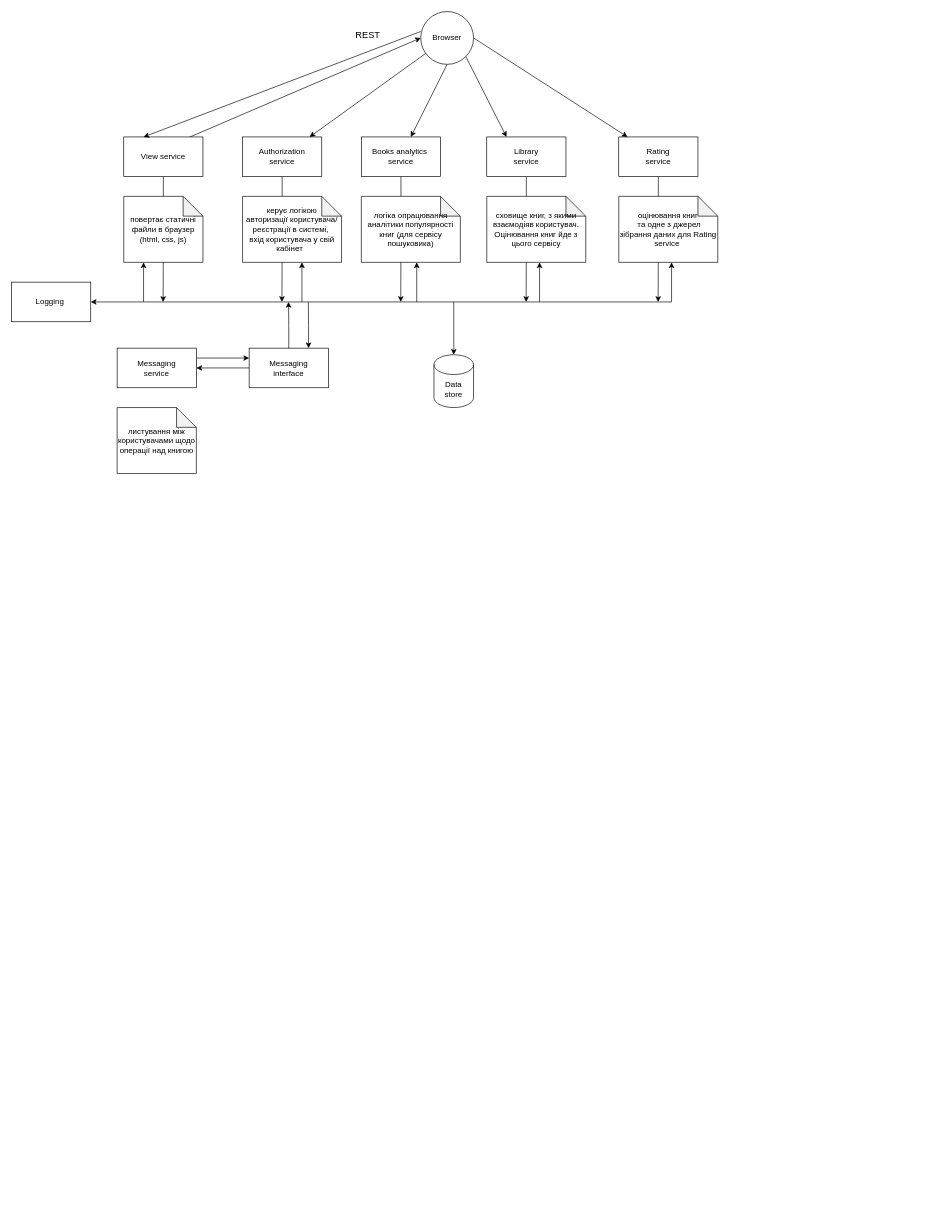
Above: system_modelling/sytem_architecture.drawio in AnnaBozhenko/BookResources (draw.io), before the change. Source tidied: cells renumbered, new cells numbered last; positions are measured from the earlier drawing's top-left corner, leaving out a move shared by most shapes. Both pictures are drawn from the tidied source at 66%, with x=0, y=0 at pixel (11, 11).
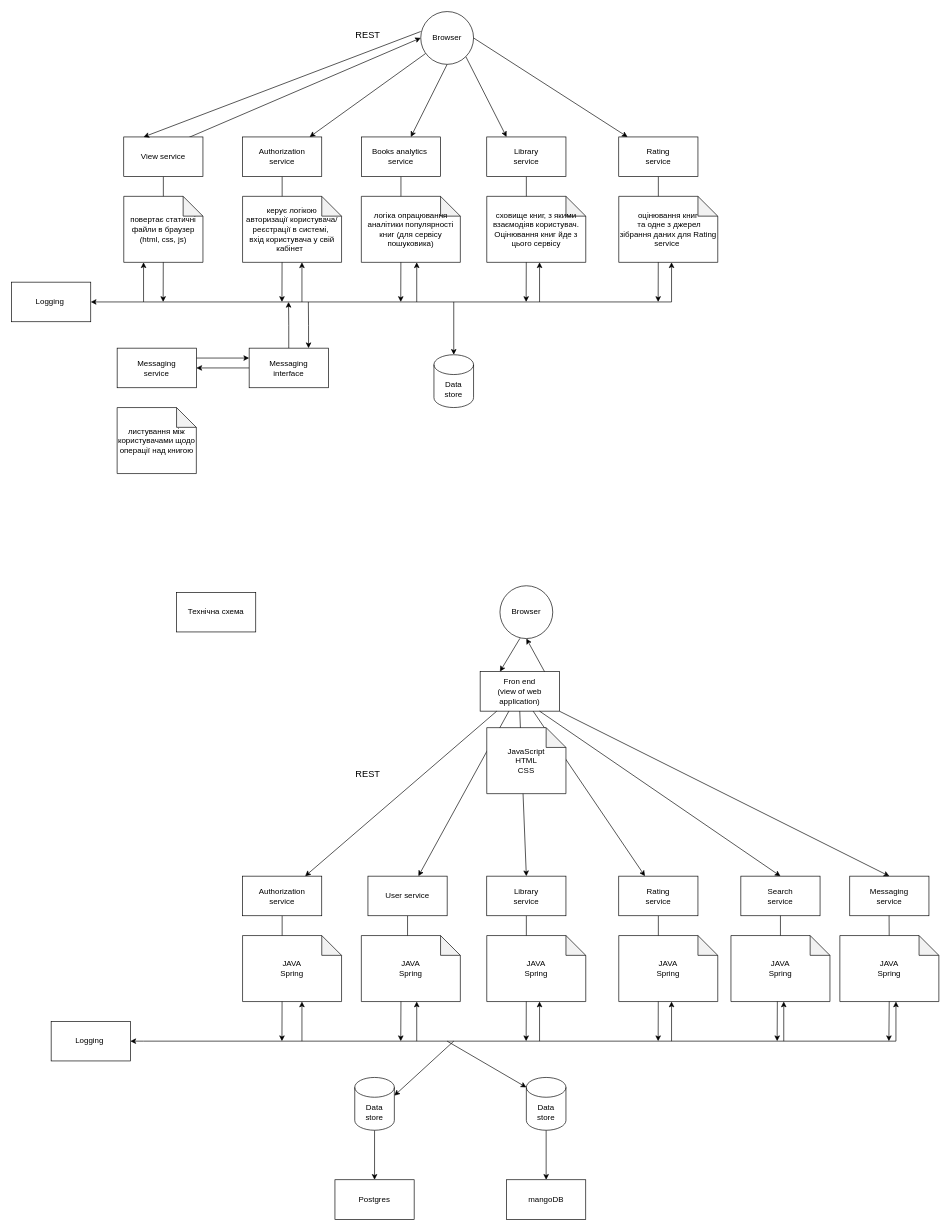
Above is the later version.

What changed in the source:
```diff
@@
+    <mxCell id="42" style="rounded=0;jettySize=auto;html=1;entryX=0.5;entryY=1;entryDx=0;entryDy=0;exitX=0.817;exitY=0.017;exitDx=0;exitDy=0;exitPerimeter=0;" parent="1" edge="1" source="43" target="63">
+      <mxGeometry relative="1" as="geometry" />
+    </mxCell>
+    <mxCell id="43" value="Fron end&lt;br&gt;(view of web application)" style="rounded=0;whiteSpace=wrap;html=1;" parent="1" vertex="1">
+      <mxGeometry x="710" y="1000" width="120" height="60" as="geometry" />
+    </mxCell>
+    <mxCell id="44" style="edgeStyle=orthogonalEdgeStyle;rounded=0;jettySize=auto;html=1;exitX=0.5;exitY=1;exitDx=0;exitDy=0;" parent="1" edge="1" source="45">
+      <mxGeometry relative="1" as="geometry">
+        <mxPoint x="409.7" y="1560" as="targetPoint" />
+      </mxGeometry>
+    </mxCell>
+    <mxCell id="45" value="Authorization &lt;br&gt;service" style="rounded=0;whiteSpace=wrap;html=1;" parent="1" vertex="1">
+      <mxGeometry x="350" y="1310" width="120" height="60" as="geometry" />
+    </mxCell>
+    <mxCell id="46" value="JAVA&lt;br&gt;Spring" style="shape=note;whiteSpace=wrap;html=1;backgroundOutline=1;darkOpacity=0.05;" parent="1" vertex="1">
+      <mxGeometry x="350" y="1400" width="150" height="100" as="geometry" />
+    </mxCell>
+    <mxCell id="47" style="edgeStyle=orthogonalEdgeStyle;rounded=0;jettySize=auto;html=1;exitX=0.5;exitY=1;exitDx=0;exitDy=0;" parent="1" edge="1" source="75">
+      <mxGeometry relative="1" as="geometry">
+        <mxPoint x="589.7" y="1560" as="targetPoint" />
+      </mxGeometry>
+    </mxCell>
+    <mxCell id="48" value="JAVA&lt;br style=&quot;border-color: var(--border-color);&quot;&gt;Spring" style="shape=note;whiteSpace=wrap;html=1;backgroundOutline=1;darkOpacity=0.05;" parent="1" vertex="1">
+      <mxGeometry x="530" y="1400" width="150" height="100" as="geometry" />
+    </mxCell>
+    <mxCell id="49" style="edgeStyle=orthogonalEdgeStyle;rounded=0;jettySize=auto;html=1;exitX=0.5;exitY=1;exitDx=0;exitDy=0;" parent="1" edge="1" source="50">
+      <mxGeometry relative="1" as="geometry">
+        <mxPoint x="779.7" y="1560" as="targetPoint" />
+      </mxGeometry>
+    </mxCell>
+    <mxCell id="50" value="Library &lt;br&gt;service" style="rounded=0;whiteSpace=wrap;html=1;" parent="1" vertex="1">
+      <mxGeometry x="720" y="1310" width="120" height="60" as="geometry" />
+    </mxCell>
+    <mxCell id="51" value="JAVA&lt;br style=&quot;border-color: var(--border-color);&quot;&gt;Spring" style="shape=note;whiteSpace=wrap;html=1;backgroundOutline=1;darkOpacity=0.05;" parent="1" vertex="1">
+      <mxGeometry x="720" y="1400" width="150" height="100" as="geometry" />
+    </mxCell>
+    <mxCell id="52" style="edgeStyle=orthogonalEdgeStyle;rounded=0;jettySize=auto;html=1;exitX=0.5;exitY=1;exitDx=0;exitDy=0;" parent="1" edge="1" source="53">
+      <mxGeometry relative="1" as="geometry">
+        <mxPoint x="979.7" y="1560" as="targetPoint" />
+      </mxGeometry>
+    </mxCell>
+    <mxCell id="53" value="Rating&lt;br&gt;service" style="rounded=0;whiteSpace=wrap;html=1;" parent="1" vertex="1">
+      <mxGeometry x="920" y="1310" width="120" height="60" as="geometry" />
+    </mxCell>
+    <mxCell id="54" value="JAVA&lt;br style=&quot;border-color: var(--border-color);&quot;&gt;Spring" style="shape=note;whiteSpace=wrap;html=1;backgroundOutline=1;darkOpacity=0.05;" parent="1" vertex="1">
+      <mxGeometry x="920" y="1400" width="150" height="100" as="geometry" />
+    </mxCell>
+    <mxCell id="55" style="edgeStyle=orthogonalEdgeStyle;rounded=0;jettySize=auto;html=1;" parent="1" edge="1" source="56" target="74">
+      <mxGeometry relative="1" as="geometry" />
+    </mxCell>
+    <mxCell id="56" value="Data &lt;br&gt;store" style="shape=cylinder3;whiteSpace=wrap;html=1;boundedLbl=1;backgroundOutline=1;size=15;" parent="1" vertex="1">
+      <mxGeometry x="520" y="1615" width="60" height="80" as="geometry" />
+    </mxCell>
+    <mxCell id="57" value="Logging&amp;nbsp;" style="rounded=0;whiteSpace=wrap;html=1;" parent="1" vertex="1">
+      <mxGeometry x="60" y="1530" width="120" height="60" as="geometry" />
+    </mxCell>
+    <mxCell id="58" style="rounded=0;jettySize=auto;html=1;entryX=0.25;entryY=0;entryDx=0;entryDy=0;exitX=0.379;exitY=0.996;exitDx=0;exitDy=0;exitPerimeter=0;" parent="1" edge="1" source="63" target="43">
+      <mxGeometry relative="1" as="geometry" />
+    </mxCell>
+    <mxCell id="59" style="rounded=0;jettySize=auto;html=1;" parent="1" edge="1" source="43" target="45">
+      <mxGeometry relative="1" as="geometry" />
+    </mxCell>
+    <mxCell id="60" style="rounded=0;jettySize=auto;html=1;" parent="1" edge="1" source="43" target="75">
+      <mxGeometry relative="1" as="geometry" />
+    </mxCell>
+    <mxCell id="61" style="rounded=0;jettySize=auto;html=1;exitX=0.5;exitY=1;exitDx=0;exitDy=0;entryX=0.5;entryY=0;entryDx=0;entryDy=0;" parent="1" edge="1" source="43" target="50">
+      <mxGeometry relative="1" as="geometry" />
+    </mxCell>
+    <mxCell id="62" style="rounded=0;jettySize=auto;html=1;" parent="1" edge="1" source="43" target="53">
+      <mxGeometry relative="1" as="geometry" />
+    </mxCell>
+    <mxCell id="63" value="Browser" style="ellipse;whiteSpace=wrap;html=1;" parent="1" vertex="1">
+      <mxGeometry x="740" y="870" width="80" height="80" as="geometry" />
+    </mxCell>
+    <mxCell id="64" value="&lt;font style=&quot;font-size: 14px;&quot;&gt;REST&lt;/font&gt;" style="text;html=1;strokeColor=none;fillColor=none;align=center;verticalAlign=middle;whiteSpace=wrap;rounded=0;" parent="1" vertex="1">
+      <mxGeometry x="510" y="1140" width="60" height="30" as="geometry" />
+    </mxCell>
+    <mxCell id="65" style="endArrow=none;html=1;rounded=0;" parent="1" edge="1">
+      <mxGeometry relative="1" as="geometry">
+        <mxPoint x="200" y="1560" as="sourcePoint" />
+        <mxPoint x="1340" y="1560" as="targetPoint" />
+      </mxGeometry>
+    </mxCell>
+    <mxCell id="66" style="endArrow=classic;html=1;rounded=0;" parent="1" edge="1">
+      <mxGeometry relative="1" as="geometry">
+        <mxPoint x="440" y="1560" as="sourcePoint" />
+        <mxPoint x="440" y="1500" as="targetPoint" />
+      </mxGeometry>
+    </mxCell>
+    <mxCell id="67" style="endArrow=classic;html=1;rounded=0;" parent="1" edge="1">
+      <mxGeometry relative="1" as="geometry">
+        <mxPoint x="613.9" y="1560" as="sourcePoint" />
+        <mxPoint x="613.9" y="1500" as="targetPoint" />
+      </mxGeometry>
+    </mxCell>
+    <mxCell id="68" style="endArrow=classic;html=1;rounded=0;" parent="1" edge="1">
+      <mxGeometry relative="1" as="geometry">
+        <mxPoint x="800" y="1560" as="sourcePoint" />
+        <mxPoint x="800" y="1500" as="targetPoint" />
+      </mxGeometry>
+    </mxCell>
+    <mxCell id="69" style="endArrow=classic;html=1;rounded=0;" parent="1" edge="1">
+      <mxGeometry relative="1" as="geometry">
+        <mxPoint x="1000" y="1560" as="sourcePoint" />
+        <mxPoint x="1000" y="1500" as="targetPoint" />
+      </mxGeometry>
+    </mxCell>
+    <mxCell id="70" style="endArrow=classic;html=1;rounded=0;" parent="1" edge="1">
+      <mxGeometry relative="1" as="geometry">
+        <mxPoint x="200" y="1560" as="sourcePoint" />
+        <mxPoint x="180" y="1560" as="targetPoint" />
+      </mxGeometry>
+    </mxCell>
+    <mxCell id="71" style="endArrow=classic;html=1;rounded=0;entryX=1;entryY=0;entryDx=0;entryDy=27.5;entryPerimeter=0;" parent="1" edge="1" target="56">
+      <mxGeometry relative="1" as="geometry">
+        <mxPoint x="670" y="1560" as="sourcePoint" />
+      </mxGeometry>
+    </mxCell>
+    <mxCell id="72" value="Технічна схема" style="rounded=0;whiteSpace=wrap;html=1;" parent="1" vertex="1">
+      <mxGeometry x="250" y="880" width="120" height="60" as="geometry" />
+    </mxCell>
+    <mxCell id="73" value="mangoDB" style="whiteSpace=wrap;html=1;" parent="1" vertex="1">
+      <mxGeometry x="750" y="1770" width="120" height="60" as="geometry" />
+    </mxCell>
+    <mxCell id="74" value="Postgres" style="whiteSpace=wrap;html=1;" parent="1" vertex="1">
+      <mxGeometry x="490" y="1770" width="120" height="60" as="geometry" />
+    </mxCell>
+    <mxCell id="75" value="User service" style="rounded=0;whiteSpace=wrap;html=1;" parent="1" vertex="1">
+      <mxGeometry x="540" y="1310" width="120" height="60" as="geometry" />
+    </mxCell>
+    <mxCell id="76" value="Messaging &lt;br&gt;service" style="rounded=0;whiteSpace=wrap;html=1;" parent="1" vertex="1">
+      <mxGeometry x="1270" y="1310" width="120" height="60" as="geometry" />
+    </mxCell>
+    <mxCell id="77" style="edgeStyle=orthogonalEdgeStyle;rounded=0;orthogonalLoop=1;jettySize=auto;html=1;exitX=0.5;exitY=1;exitDx=0;exitDy=0;" parent="1" edge="1">
+      <mxGeometry relative="1" as="geometry">
+        <mxPoint x="1329.6" y="1370" as="sourcePoint" />
+        <mxPoint x="1329.3" y="1560" as="targetPoint" />
+      </mxGeometry>
+    </mxCell>
+    <mxCell id="78" value="JAVA&lt;br style=&quot;border-color: var(--border-color);&quot;&gt;Spring" style="shape=note;whiteSpace=wrap;html=1;backgroundOutline=1;darkOpacity=0.05;" parent="1" vertex="1">
+      <mxGeometry x="1255" y="1400" width="150" height="100" as="geometry" />
+    </mxCell>
+    <mxCell id="79" style="endArrow=classic;html=1;rounded=0;" parent="1" edge="1">
+      <mxGeometry relative="1" as="geometry">
+        <mxPoint x="1340" y="1560" as="sourcePoint" />
+        <mxPoint x="1340" y="1500" as="targetPoint" />
+      </mxGeometry>
+    </mxCell>
+    <mxCell id="80" style="endArrow=classic;html=1;rounded=0;entryX=0;entryY=0;entryDx=0;entryDy=15;entryPerimeter=0;" parent="1" edge="1" target="82">
+      <mxGeometry relative="1" as="geometry">
+        <mxPoint x="660" y="1560" as="sourcePoint" />
+      </mxGeometry>
+    </mxCell>
+    <mxCell id="81" style="edgeStyle=orthogonalEdgeStyle;rounded=0;jettySize=auto;html=1;entryX=0.5;entryY=0;entryDx=0;entryDy=0;" parent="1" edge="1" source="82" target="73">
+      <mxGeometry relative="1" as="geometry" />
+    </mxCell>
+    <mxCell id="82" value="Data &lt;br&gt;store" style="shape=cylinder3;whiteSpace=wrap;html=1;boundedLbl=1;backgroundOutline=1;size=15;" parent="1" vertex="1">
+      <mxGeometry x="780" y="1615" width="60" height="80" as="geometry" />
+    </mxCell>
+    <mxCell id="83" style="rounded=0;jettySize=auto;html=1;exitX=0.657;exitY=1.138;exitDx=0;exitDy=0;exitPerimeter=0;entryX=0.5;entryY=0;entryDx=0;entryDy=0;" parent="1" edge="1" target="76">
+      <mxGeometry relative="1" as="geometry">
+        <mxPoint x="830" y="1060" as="sourcePoint" />
+      </mxGeometry>
+    </mxCell>
+    <mxCell id="84" value="JavaScript&lt;br&gt;HTML&lt;br&gt;CSS" style="shape=note;whiteSpace=wrap;html=1;backgroundOutline=1;darkOpacity=0.05;" parent="1" vertex="1">
+      <mxGeometry x="720" y="1085" width="120" height="100" as="geometry" />
+    </mxCell>
+    <mxCell id="85" style="rounded=0;jettySize=auto;html=1;exitX=0.657;exitY=1.138;exitDx=0;exitDy=0;exitPerimeter=0;entryX=0.5;entryY=0;entryDx=0;entryDy=0;" parent="1" edge="1" target="86">
+      <mxGeometry relative="1" as="geometry">
+        <mxPoint x="800" y="1060" as="sourcePoint" />
+      </mxGeometry>
+    </mxCell>
+    <mxCell id="86" value="Search&lt;br&gt;service" style="rounded=0;whiteSpace=wrap;html=1;" parent="1" vertex="1">
+      <mxGeometry x="1105" y="1310" width="120" height="60" as="geometry" />
+    </mxCell>
+    <mxCell id="87" style="endArrow=classic;html=1;rounded=0;" parent="1" edge="1">
+      <mxGeometry relative="1" as="geometry">
+        <mxPoint x="1170" y="1560" as="sourcePoint" />
+        <mxPoint x="1170" y="1500" as="targetPoint" />
+      </mxGeometry>
+    </mxCell>
+    <mxCell id="88" style="edgeStyle=orthogonalEdgeStyle;rounded=0;jettySize=auto;html=1;exitX=0.5;exitY=1;exitDx=0;exitDy=0;" parent="1" edge="1" source="86">
+      <mxGeometry relative="1" as="geometry">
+        <mxPoint x="1160" y="1560" as="targetPoint" />
+      </mxGeometry>
+    </mxCell>
+    <mxCell id="89" value="JAVA&lt;br style=&quot;border-color: var(--border-color);&quot;&gt;Spring" style="shape=note;whiteSpace=wrap;html=1;backgroundOutline=1;darkOpacity=0.05;" parent="1" vertex="1">
+      <mxGeometry x="1090" y="1400" width="150" height="100" as="geometry" />
+    </mxCell>
```
